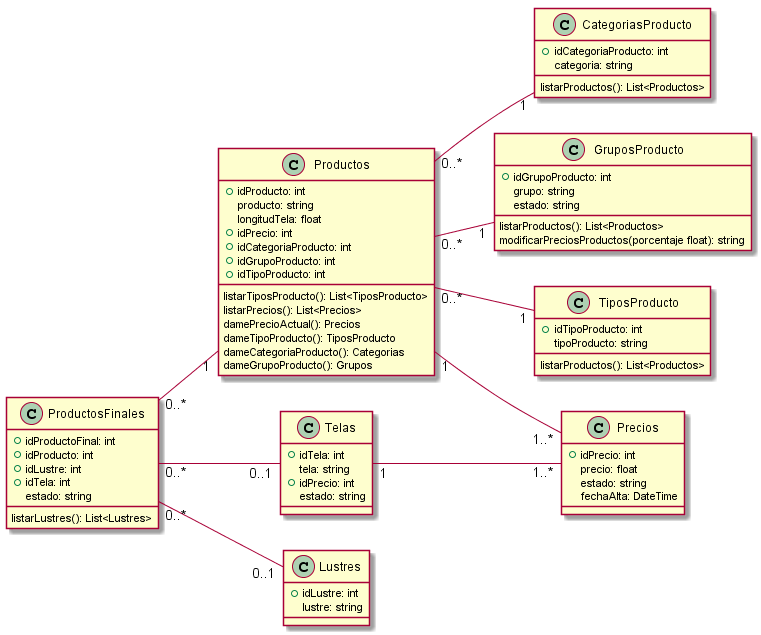
Earlier version of the PlantUML export Informe Final/Imagenes/DiagramaClases/Vistas/vistaProductos.png (ZMGestion/DocumentacionZMGestion).
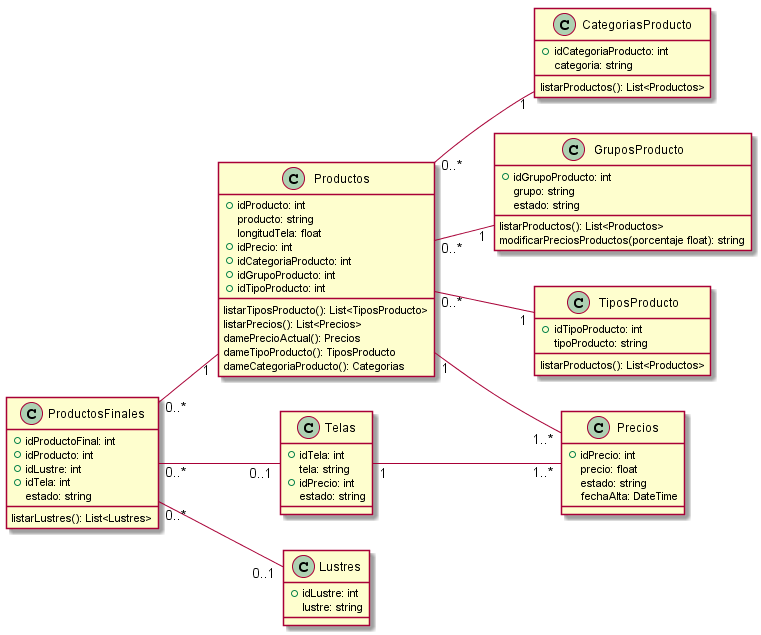
Later version of the same file.

The edit, as a diff of the source:
```diff
@@ -13,7 +13,6 @@
     damePrecioActual(): Precios
     dameTipoProducto(): TiposProducto
     dameCategoriaProducto(): Categorias
-    dameGrupoProducto(): Grupos
 }
 class CategoriasProducto{
     +idCategoriaProducto: int
```
